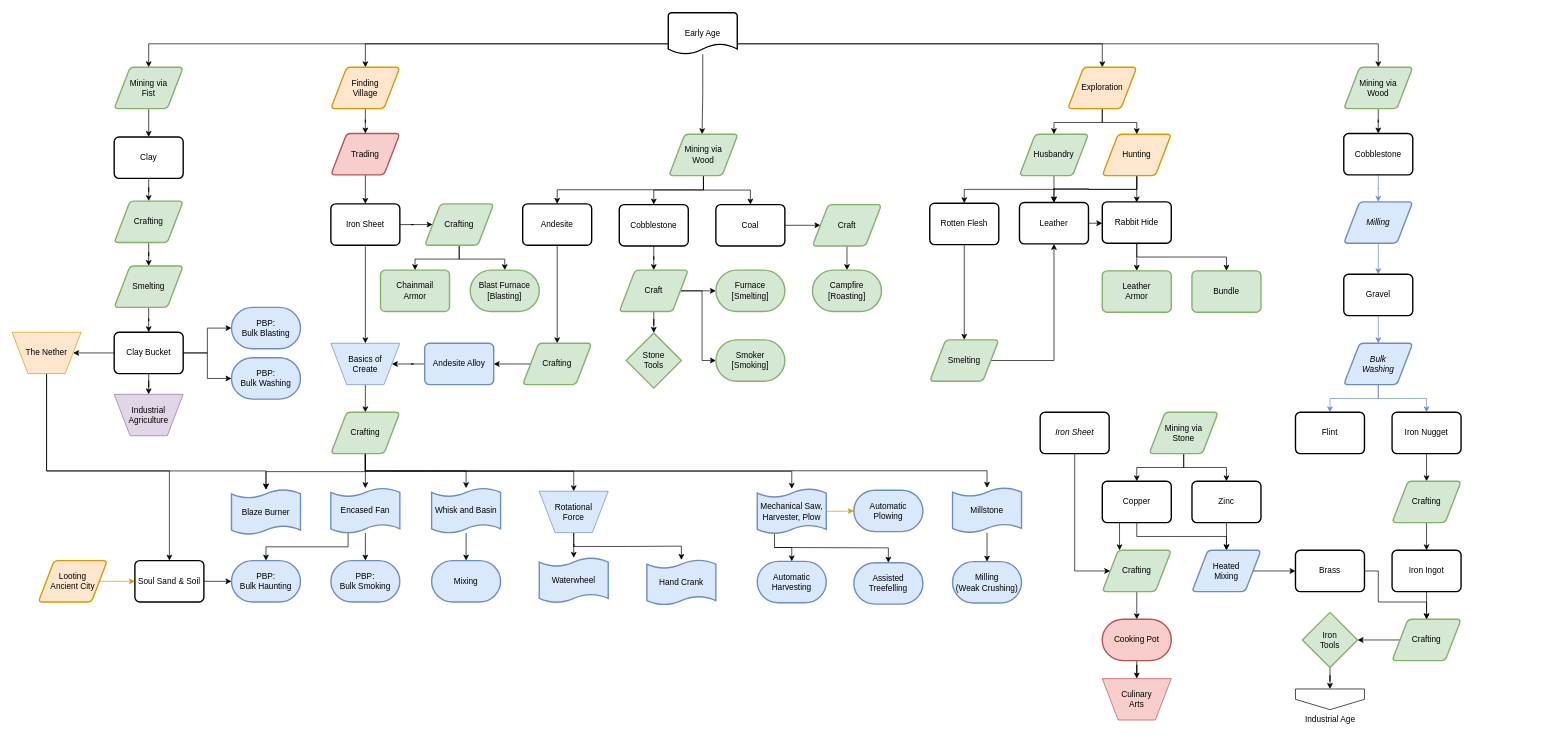
Earlier version of the draw.io diagram page "Early Age" (4 of 7) of flowcharts/progression.drawio (MeepishRealms/Cog). Source tidied: cells renumbered, new cells numbered last; positions are measured from the earlier drawing's top-left corner, leaving out a move shared by most shapes. Both pictures are drawn from the tidied source at 69%, with x=0, y=0 at pixel (12, 12).
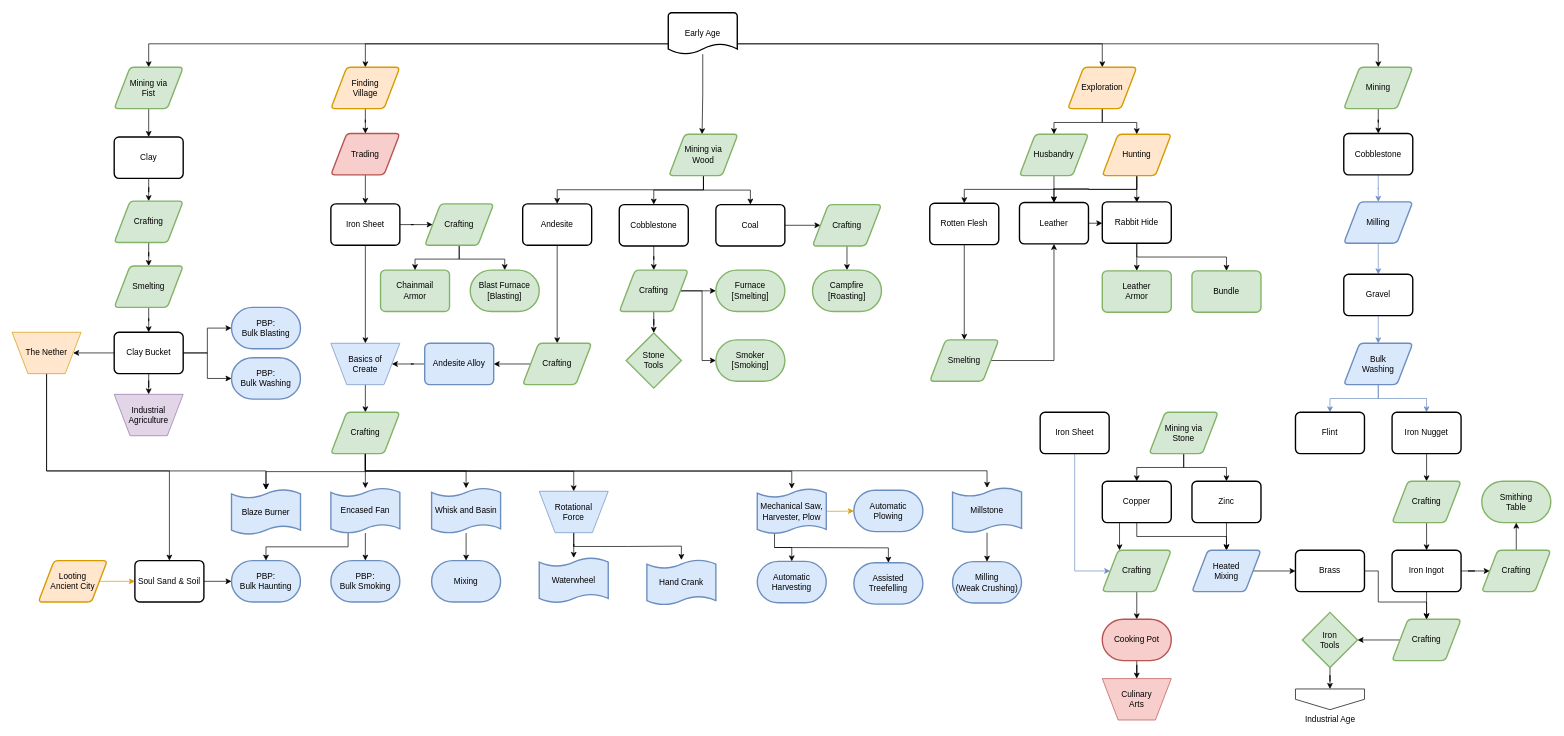
Above is the later version.

The change refers to these unchanged cells:
```xml
<mxCell id="134" value="Iron Ingot" style="rounded=1;whiteSpace=wrap;html=1;absoluteArcSize=1;arcSize=14;strokeWidth=2;" parent="1" vertex="1">
  <mxGeometry x="2000" y="779" width="100" height="60" as="geometry" />
</mxCell>
<mxCell id="155" value="Crafting" style="shape=parallelogram;html=1;strokeWidth=2;perimeter=parallelogramPerimeter;whiteSpace=wrap;rounded=1;arcSize=12;size=0.23;fillColor=#d5e8d4;strokeColor=#82b366;" parent="1" vertex="1">
  <mxGeometry x="1580" y="779" width="100" height="60" as="geometry" />
</mxCell>
```

Change to the diagram source:
```diff
@@
-    <mxCell id="17" value="Craft" style="shape=parallelogram;html=1;strokeWidth=2;perimeter=parallelogramPerimeter;whiteSpace=wrap;rounded=1;arcSize=12;size=0.23;fillColor=#d5e8d4;strokeColor=#82b366;" parent="1" vertex="1">
+    <mxCell id="17" value="Crafting" style="shape=parallelogram;html=1;strokeWidth=2;perimeter=parallelogramPerimeter;whiteSpace=wrap;rounded=1;arcSize=12;size=0.23;fillColor=#d5e8d4;strokeColor=#82b366;" parent="1" vertex="1">
       <mxGeometry x="880" y="373" width="100" height="60" as="geometry" />
     </mxCell>
@@
-    <mxCell id="120" value="Mining via&lt;br&gt;Wood" style="shape=parallelogram;html=1;strokeWidth=2;perimeter=parallelogramPerimeter;whiteSpace=wrap;rounded=1;arcSize=12;size=0.23;fillColor=#d5e8d4;strokeColor=#82b366;" parent="1" vertex="1">
+    <mxCell id="120" value="Mining" style="shape=parallelogram;html=1;strokeWidth=2;perimeter=parallelogramPerimeter;whiteSpace=wrap;rounded=1;arcSize=12;size=0.23;fillColor=#d5e8d4;strokeColor=#82b366;" parent="1" vertex="1">
       <mxGeometry x="1930" y="79" width="100" height="60" as="geometry" />
     </mxCell>
@@
-    <mxCell id="122" value="Milling" style="shape=parallelogram;html=1;strokeWidth=2;perimeter=parallelogramPerimeter;whiteSpace=wrap;rounded=1;arcSize=12;size=0.23;fillColor=#dae8fc;strokeColor=#6c8ebf;fontStyle=2;" parent="1" vertex="1">
+    <mxCell id="122" value="&lt;span style=&quot;font-style: normal;&quot;&gt;Milling&lt;/span&gt;" style="shape=parallelogram;html=1;strokeWidth=2;perimeter=parallelogramPerimeter;whiteSpace=wrap;rounded=1;arcSize=12;size=0.23;fillColor=#dae8fc;strokeColor=#6c8ebf;fontStyle=2;" parent="1" vertex="1">
       <mxGeometry x="1930" y="274" width="100" height="60" as="geometry" />
     </mxCell>
@@
-    <mxCell id="127" value="Bulk&lt;br&gt;Washing" style="shape=parallelogram;html=1;strokeWidth=2;perimeter=parallelogramPerimeter;whiteSpace=wrap;rounded=1;arcSize=12;size=0.23;fillColor=#dae8fc;strokeColor=#6c8ebf;fontStyle=2;" parent="1" vertex="1">
+    <mxCell id="127" value="&lt;span style=&quot;font-style: normal;&quot;&gt;Bulk&lt;br&gt;Washing&lt;/span&gt;" style="shape=parallelogram;html=1;strokeWidth=2;perimeter=parallelogramPerimeter;whiteSpace=wrap;rounded=1;arcSize=12;size=0.23;fillColor=#dae8fc;strokeColor=#6c8ebf;fontStyle=2;" parent="1" vertex="1">
       <mxGeometry x="1930" y="479" width="100" height="60" as="geometry" />
     </mxCell>
@@
+    <mxCell id="162" style="edgeStyle=orthogonalEdgeStyle;rounded=0;jettySize=auto;html=1;" parent="1" edge="1" source="134" target="165">
+      <mxGeometry relative="1" as="geometry" />
+    </mxCell>
@@
-    <mxCell id="141" value="Craft" style="shape=parallelogram;html=1;strokeWidth=2;perimeter=parallelogramPerimeter;whiteSpace=wrap;rounded=1;arcSize=12;size=0.23;fillColor=#d5e8d4;strokeColor=#82b366;" parent="1" vertex="1">
+    <mxCell id="141" value="Crafting" style="shape=parallelogram;html=1;strokeWidth=2;perimeter=parallelogramPerimeter;whiteSpace=wrap;rounded=1;arcSize=12;size=0.23;fillColor=#d5e8d4;strokeColor=#82b366;" parent="1" vertex="1">
       <mxGeometry x="1160" y="278" width="100" height="60" as="geometry" />
     </mxCell>
@@
-    <mxCell id="159" style="edgeStyle=orthogonalEdgeStyle;rounded=0;jettySize=auto;html=1;exitX=0.5;exitY=1;exitDx=0;exitDy=0;entryX=0;entryY=0.5;entryDx=0;entryDy=0;" parent="1" edge="1" source="160" target="155">
+    <mxCell id="159" style="edgeStyle=orthogonalEdgeStyle;rounded=0;jettySize=auto;html=1;exitX=0.5;exitY=1;exitDx=0;exitDy=0;entryX=0;entryY=0.5;entryDx=0;entryDy=0;fillColor=#dae8fc;strokeColor=#6c8ebf;" parent="1" edge="1" source="160" target="155">
       <mxGeometry relative="1" as="geometry">
         <Array as="points">
           <mxPoint x="1540" y="809" />
         </Array>
       </mxGeometry>
     </mxCell>
-    <mxCell id="160" value="Iron Sheet" style="rounded=1;whiteSpace=wrap;html=1;absoluteArcSize=1;arcSize=14;strokeWidth=2;fontStyle=2;" parent="1" vertex="1">
+    <mxCell id="160" value="Iron Sheet" style="rounded=1;whiteSpace=wrap;html=1;absoluteArcSize=1;arcSize=14;strokeWidth=2;fontStyle=0;" parent="1" vertex="1">
       <mxGeometry x="1490" y="579" width="100" height="60" as="geometry" />
     </mxCell>
@@
+    <mxCell id="163" value="Smithing&lt;br&gt;Table" style="strokeWidth=2;html=1;shape=mxgraph.flowchart.terminator;whiteSpace=wrap;fillColor=#d5e8d4;strokeColor=#82b366;" parent="1" vertex="1">
+      <mxGeometry x="2130" y="679" width="100" height="60" as="geometry" />
+    </mxCell>
+    <mxCell id="164" style="edgeStyle=orthogonalEdgeStyle;rounded=0;jettySize=auto;html=1;" parent="1" edge="1" source="165" target="163">
+      <mxGeometry relative="1" as="geometry" />
+    </mxCell>
+    <mxCell id="165" value="Crafting" style="shape=parallelogram;html=1;strokeWidth=2;perimeter=parallelogramPerimeter;whiteSpace=wrap;rounded=1;arcSize=12;size=0.23;fontStyle=0;fillColor=#d5e8d4;strokeColor=#82b366;" parent="1" vertex="1">
+      <mxGeometry x="2130" y="779" width="100" height="60" as="geometry" />
+    </mxCell>
```
